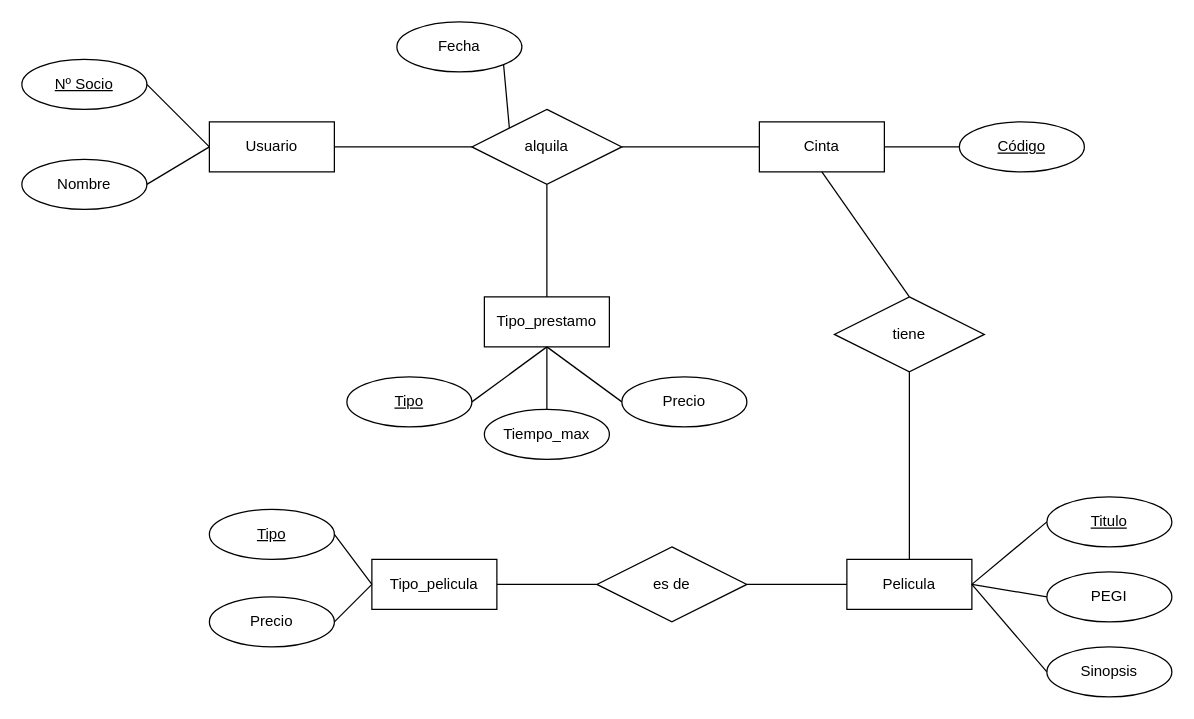
Above: Recursos/Diagramas Draw.io/2. ER Mod 3.drawio in 13sauca13/PRG (draw.io), before the change. Source tidied: cells renumbered, new cells numbered last; positions are measured from the earlier drawing's top-left corner, leaving out a move shared by most shapes. Both pictures are drawn from the tidied source at 125%, with x=0, y=0 at pixel (21, 21).
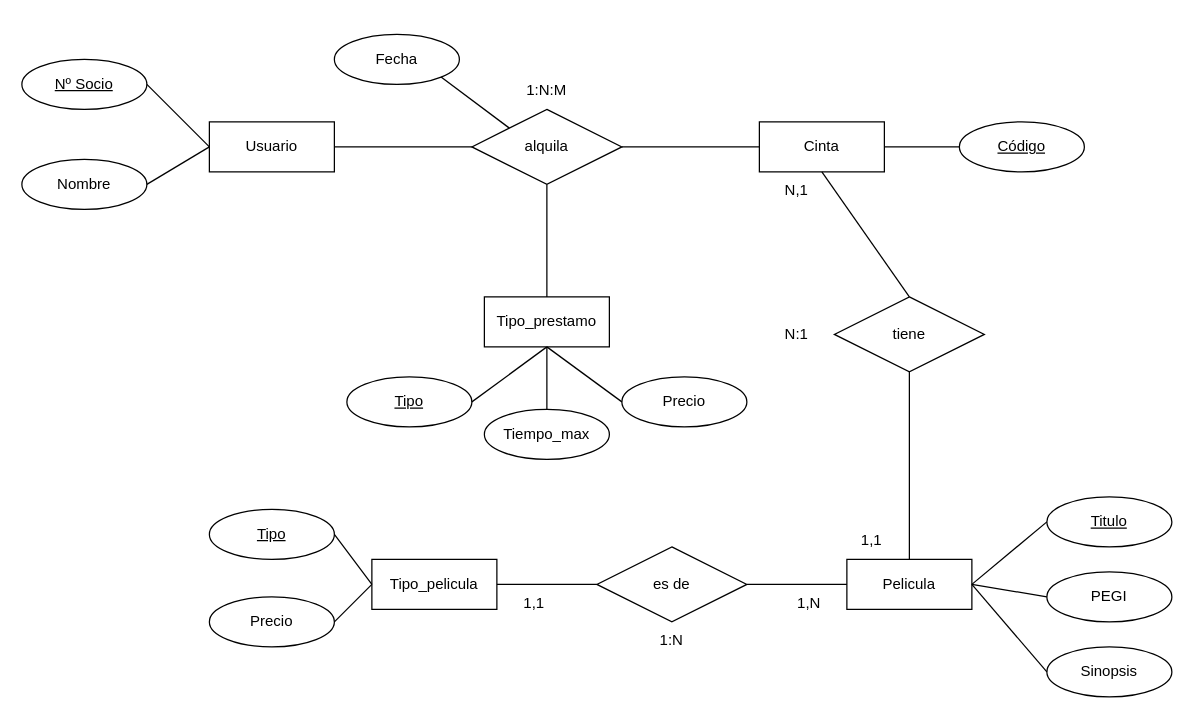
After the change.

Change to the diagram source:
```diff
@@
     <mxCell id="11" value="Fecha" style="ellipse;whiteSpace=wrap;html=1;align=center;" parent="1" vertex="1">
-      <mxGeometry x="300" width="100" height="40" as="geometry" />
+      <mxGeometry x="250" y="10" width="100" height="40" as="geometry" />
     </mxCell>
@@
+    <mxCell id="41" value="1:N:M" style="text;html=1;strokeColor=none;fillColor=none;align=center;verticalAlign=middle;whiteSpace=wrap;rounded=0;" parent="1" vertex="1">
+      <mxGeometry x="390" y="40" width="60" height="30" as="geometry" />
+    </mxCell>
+    <mxCell id="42" value="N,1" style="text;html=1;strokeColor=none;fillColor=none;align=center;verticalAlign=middle;whiteSpace=wrap;rounded=0;" parent="1" vertex="1">
+      <mxGeometry x="590" y="120" width="60" height="30" as="geometry" />
+    </mxCell>
+    <mxCell id="43" value="1,1" style="text;html=1;strokeColor=none;fillColor=none;align=center;verticalAlign=middle;whiteSpace=wrap;rounded=0;" parent="1" vertex="1">
+      <mxGeometry x="650" y="400" width="60" height="30" as="geometry" />
+    </mxCell>
+    <mxCell id="44" value="N:1" style="text;html=1;strokeColor=none;fillColor=none;align=center;verticalAlign=middle;whiteSpace=wrap;rounded=0;" parent="1" vertex="1">
+      <mxGeometry x="590" y="235" width="60" height="30" as="geometry" />
+    </mxCell>
+    <mxCell id="45" value="1,N" style="text;html=1;strokeColor=none;fillColor=none;align=center;verticalAlign=middle;whiteSpace=wrap;rounded=0;" parent="1" vertex="1">
+      <mxGeometry x="600" y="450" width="60" height="30" as="geometry" />
+    </mxCell>
+    <mxCell id="46" value="1,1" style="text;html=1;strokeColor=none;fillColor=none;align=center;verticalAlign=middle;whiteSpace=wrap;rounded=0;" parent="1" vertex="1">
+      <mxGeometry x="380" y="450" width="60" height="30" as="geometry" />
+    </mxCell>
+    <mxCell id="47" value="1:N" style="text;html=1;strokeColor=none;fillColor=none;align=center;verticalAlign=middle;whiteSpace=wrap;rounded=0;" parent="1" vertex="1">
+      <mxGeometry x="490" y="480" width="60" height="30" as="geometry" />
+    </mxCell>
```
